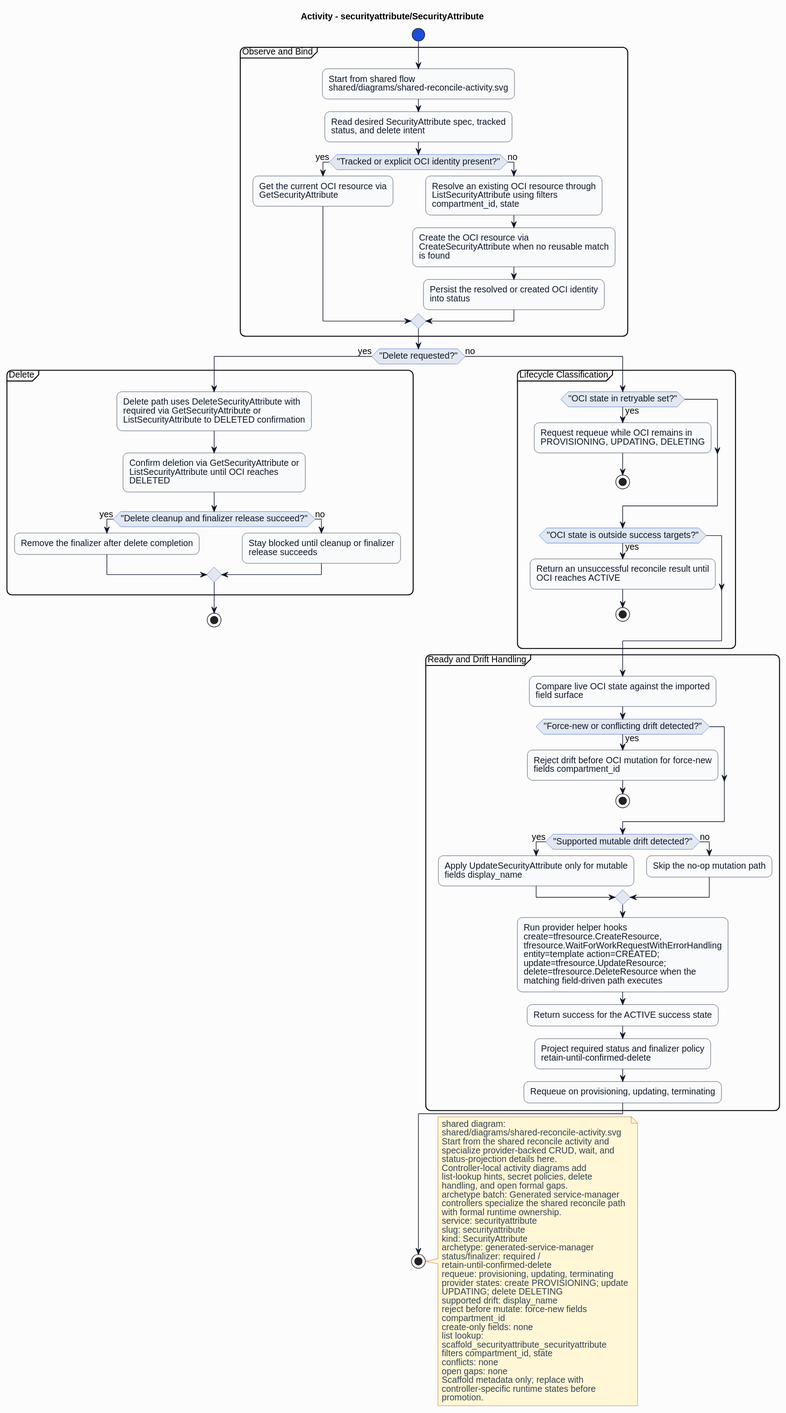
This is formal/controllers/securityattribute/securityattribute/diagrams/activity.svg from HaoyL666/oci-service-operator, a PlantUML export, as it was before one commit.
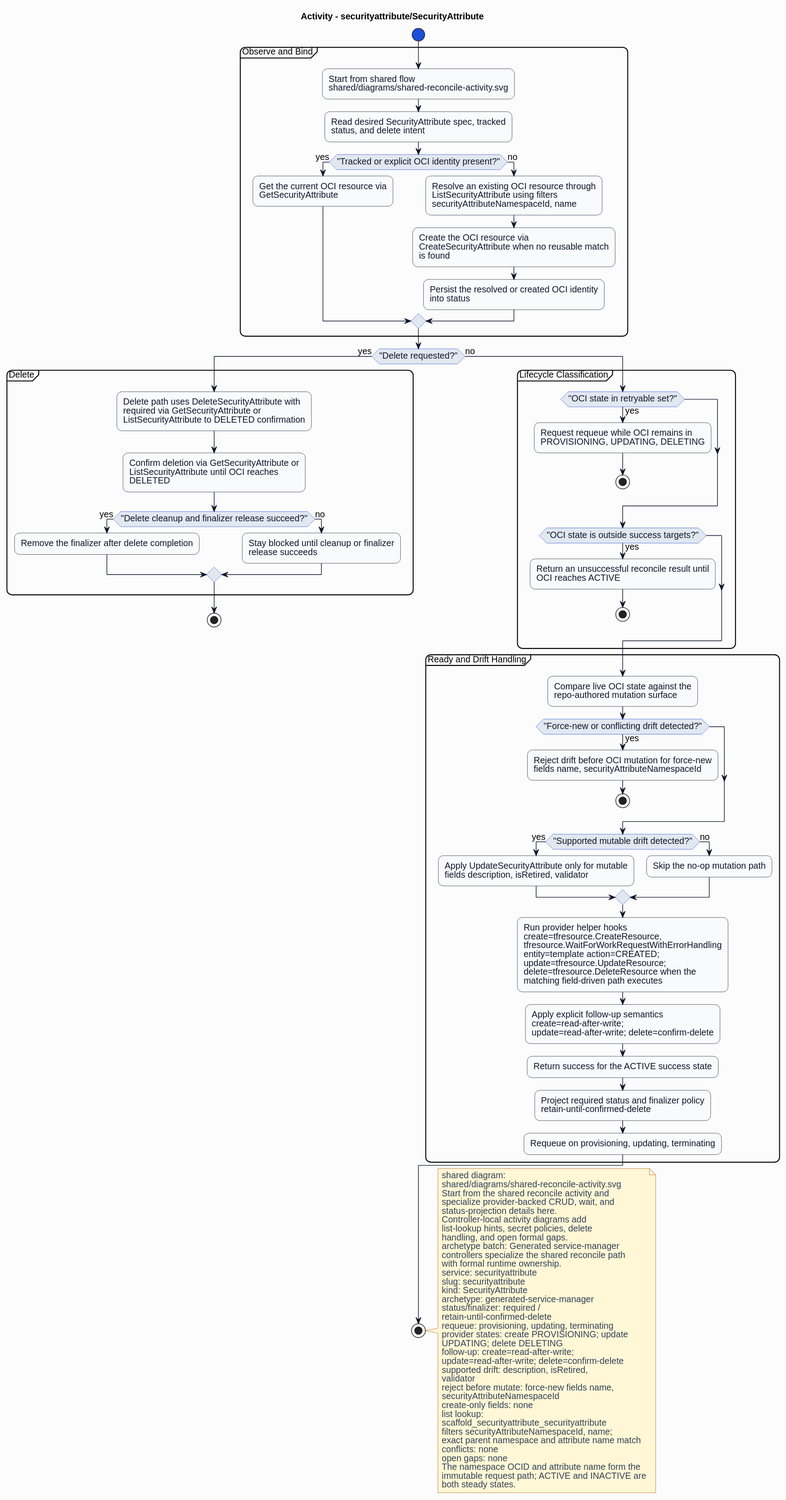
The same file after the commit.

Diff of the diagram source:
```diff
@@ -27,7 +27,7 @@
 if ("Tracked or explicit OCI identity present?") then (yes)
 :Get the current OCI resource via\nGetSecurityAttribute;
 else (no)
-:Resolve an existing OCI resource through\nListSecurityAttribute using filters\ncompartment_id, state;
+:Resolve an existing OCI resource through\nListSecurityAttribute using filters\nsecurityAttributeNamespaceId, name;
 :Create the OCI resource via\nCreateSecurityAttribute when no reusable match\nis found;
 :Persist the resolved or created OCI identity\ninto status;
 endif
@@ -55,17 +55,18 @@
 endif
 }
 partition "Ready and Drift Handling" {
-:Compare live OCI state against the imported\nfield surface;
+:Compare live OCI state against the\nrepo-authored mutation surface;
 if ("Force-new or conflicting drift detected?") then (yes)
-:Reject drift before OCI mutation for force-new\nfields compartment_id;
+:Reject drift before OCI mutation for force-new\nfields name, securityAttributeNamespaceId;
 stop
 endif
 if ("Supported mutable drift detected?") then (yes)
-:Apply UpdateSecurityAttribute only for mutable\nfields display_name;
+:Apply UpdateSecurityAttribute only for mutable\nfields description, isRetired, validator;
 else (no)
 :Skip the no-op mutation path;
 endif
 :Run provider helper hooks\ncreate=tfresource.CreateResource,\ntfresource.WaitForWorkRequestWithErrorHandling\nentity=template action=CREATED;\nupdate=tfresource.UpdateResource;\ndelete=tfresource.DeleteResource when the\nmatching field-driven path executes;
+:Apply explicit follow-up semantics\ncreate=read-after-write;\nupdate=read-after-write; delete=confirm-delete;
 :Return success for the ACTIVE success state;
 :Project required status and finalizer policy\nretain-until-confirmed-delete;
 :Requeue on provisioning, updating, terminating;
@@ -93,17 +94,21 @@
 requeue: provisioning, updating, terminating
 provider states: create PROVISIONING; update
 UPDATING; delete DELETING
-supported drift: display_name
-reject before mutate: force-new fields
-compartment_id
+follow-up: create=read-after-write;
+update=read-after-write; delete=confirm-delete
+supported drift: description, isRetired,
+validator
+reject before mutate: force-new fields name,
+securityAttributeNamespaceId
 create-only fields: none
 list lookup:
 scaffold_securityattribute_securityattribute
-filters compartment_id, state
+filters securityAttributeNamespaceId, name;
+exact parent namespace and attribute name match
 conflicts: none
 open gaps: none
-Scaffold metadata only; replace with
-controller-specific runtime states before
-promotion.
+The namespace OCID and attribute name form the
+immutable request path; ACTIVE and INACTIVE are
+both steady states.
 end note
 @enduml
```
